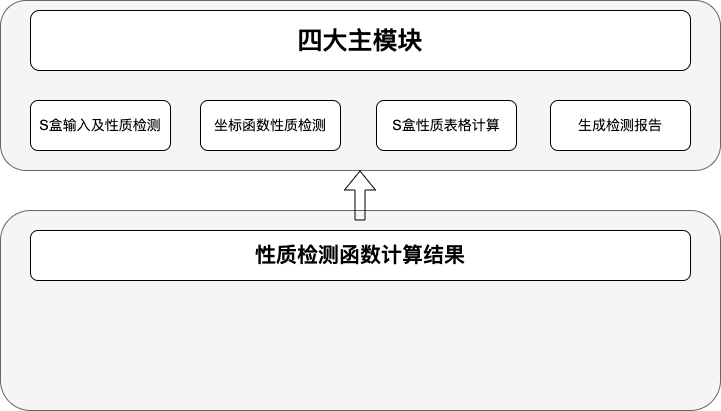
The draw.io diagram jiagou.png in GRHun/image-PicX, before a commit. Source tidied: cells renumbered, new cells last; positions are measured from the earlier drawing's top-left corner, leaving out a move shared by most shapes.
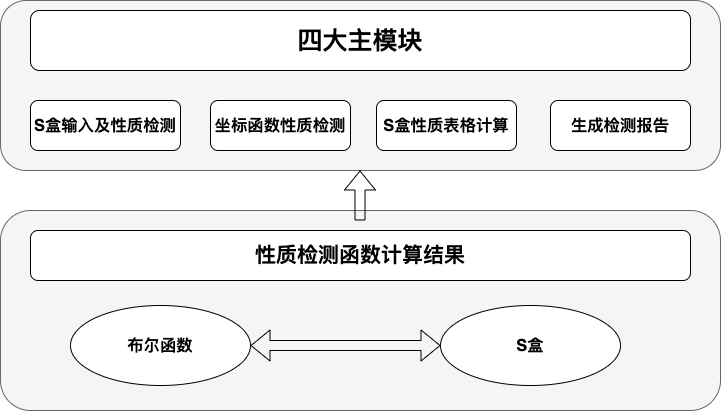
Later version of the same file.

The edit, as a diff of the source:
```diff
@@ -8,16 +8,16 @@
     <mxCell id="3" value="&lt;h1&gt;&lt;font style=&quot;font-size: 25px;&quot; face=&quot;宋体&quot;&gt;四大主模块&lt;/font&gt;&lt;/h1&gt;" style="rounded=1;whiteSpace=wrap;html=1;fontStyle=1;fontFamily=Times New Roman;glass=0;" parent="1" vertex="1">
       <mxGeometry x="30" y="10" width="660" height="60" as="geometry" />
     </mxCell>
-    <mxCell id="4" value="S盒输入及性质检测" style="rounded=1;whiteSpace=wrap;html=1;shadow=0;glass=0;sketch=0;fontSize=14;" parent="1" vertex="1">
-      <mxGeometry x="30" y="100" width="140" height="50" as="geometry" />
+    <mxCell id="4" value="&lt;h3&gt;S盒输入及性质检测&lt;/h3&gt;" style="rounded=1;whiteSpace=wrap;html=1;shadow=0;glass=0;sketch=0;fontSize=14;" parent="1" vertex="1">
+      <mxGeometry x="30" y="100" width="150" height="50" as="geometry" />
     </mxCell>
-    <mxCell id="5" value="坐标函数性质检测" style="rounded=1;whiteSpace=wrap;html=1;shadow=0;glass=0;sketch=0;fontSize=14;" parent="1" vertex="1">
-      <mxGeometry x="200" y="100" width="140" height="50" as="geometry" />
+    <mxCell id="5" value="&lt;h3&gt;坐标函数性质检测&lt;/h3&gt;" style="rounded=1;whiteSpace=wrap;html=1;shadow=0;glass=0;sketch=0;fontSize=14;" parent="1" vertex="1">
+      <mxGeometry x="210" y="100" width="140" height="50" as="geometry" />
     </mxCell>
-    <mxCell id="6" value="S盒性质表格计算" style="rounded=1;whiteSpace=wrap;html=1;shadow=0;glass=0;sketch=0;fontSize=14;" parent="1" vertex="1">
+    <mxCell id="6" value="&lt;h3&gt;S盒性质表格计算&lt;/h3&gt;" style="rounded=1;whiteSpace=wrap;html=1;shadow=0;glass=0;sketch=0;fontSize=14;" parent="1" vertex="1">
       <mxGeometry x="376" y="100" width="140" height="50" as="geometry" />
     </mxCell>
-    <mxCell id="7" value="生成检测报告" style="rounded=1;whiteSpace=wrap;html=1;shadow=0;glass=0;sketch=0;fontSize=14;" parent="1" vertex="1">
+    <mxCell id="7" value="&lt;h3&gt;生成检测报告&lt;/h3&gt;" style="rounded=1;whiteSpace=wrap;html=1;shadow=0;glass=0;sketch=0;fontSize=14;" parent="1" vertex="1">
       <mxGeometry x="550" y="100" width="140" height="50" as="geometry" />
     </mxCell>
     <mxCell id="8" style="rounded=1;whiteSpace=wrap;html=1;labelBackgroundColor=#99FFFF;fontFamily=Times New Roman;fillColor=#f5f5f5;strokeColor=#666666;glass=0;shadow=0;sketch=0;fontColor=#333333;" parent="1" vertex="1">
@@ -32,5 +32,16 @@
         <mxPoint x="359.5" y="170" as="targetPoint" />
       </mxGeometry>
     </mxCell>
+    <mxCell id="11" value="&lt;h3&gt;布尔函数&lt;/h3&gt;" style="ellipse;whiteSpace=wrap;html=1;rounded=1;shadow=0;glass=0;sketch=0;fontSize=14;" parent="1" vertex="1">
+      <mxGeometry x="70" y="305" width="180" height="80" as="geometry" />
+    </mxCell>
+    <mxCell id="12" value="&lt;h3&gt;S盒&lt;/h3&gt;" style="ellipse;whiteSpace=wrap;html=1;rounded=1;shadow=0;glass=0;sketch=0;fontSize=14;" parent="1" vertex="1">
+      <mxGeometry x="440" y="305" width="180" height="80" as="geometry" />
+    </mxCell>
+    <mxCell id="13" style="shape=flexArrow;endArrow=classic;startArrow=classic;html=1;rounded=0;fontSize=14;exitX=1;exitY=0.5;exitDx=0;exitDy=0;" parent="1" edge="1" source="11">
+      <mxGeometry relative="1" as="geometry">
+        <mxPoint x="440" y="345" as="targetPoint" />
+      </mxGeometry>
+    </mxCell>
   </root>
 </mxGraphModel>
```
